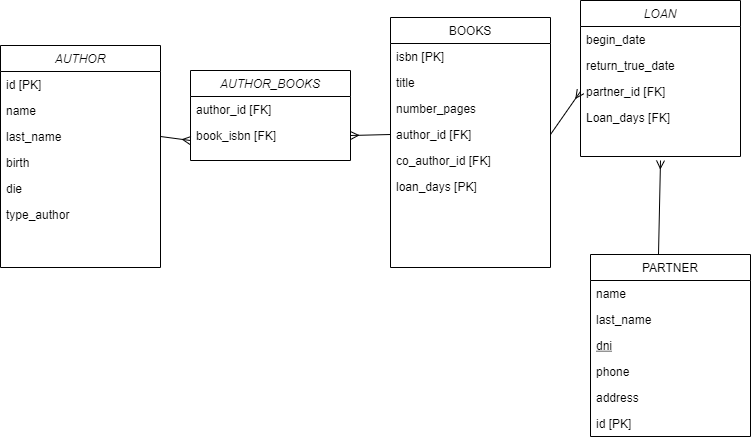
Above: D_LOGICO.png in MendezPedro/Prueba_Modelamiento (draw.io), before the change. Source tidied: cells renumbered, new cells last; positions are measured from the earlier drawing's top-left corner, leaving out a move shared by most shapes.
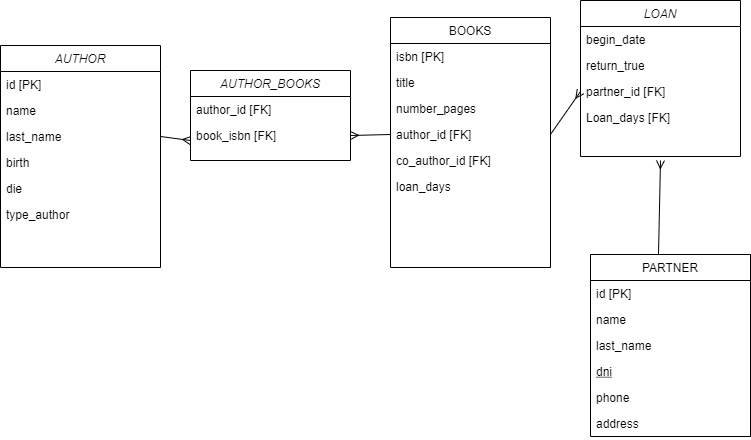
The same file after the commit.

What changed in the source:
```diff
@@ -8,7 +8,7 @@
     <mxCell id="3" value="begin_date" style="text;align=left;verticalAlign=top;spacingLeft=4;spacingRight=4;overflow=hidden;" parent="2" vertex="1">
       <mxGeometry y="26" width="160" height="26" as="geometry" />
     </mxCell>
-    <mxCell id="4" value="return_true_date" style="text;align=left;verticalAlign=top;spacingLeft=4;spacingRight=4;overflow=hidden;rounded=0;shadow=0;html=0;" parent="2" vertex="1">
+    <mxCell id="4" value="return_true" style="text;align=left;verticalAlign=top;spacingLeft=4;spacingRight=4;overflow=hidden;rounded=0;shadow=0;html=0;" parent="2" vertex="1">
       <mxGeometry y="52" width="160" height="26" as="geometry" />
     </mxCell>
     <mxCell id="5" value="partner_id [FK]" style="text;align=left;verticalAlign=top;spacingLeft=4;spacingRight=4;overflow=hidden;points=[[0,0.5],[1,0.5]];portConstraint=eastwest;rounded=0;shadow=0;html=0;" parent="2" vertex="1">
@@ -20,24 +20,24 @@
     <mxCell id="7" value="PARTNER" style="swimlane;fontStyle=0;align=center;verticalAlign=top;horizontal=1;startSize=26;rounded=0;shadow=0;strokeWidth=1;" parent="1" vertex="1">
       <mxGeometry x="590" y="254" width="160" height="182" as="geometry" />
     </mxCell>
+    <mxCell id="13" value="id [PK]" style="text;align=left;verticalAlign=top;spacingLeft=4;spacingRight=4;overflow=hidden;" parent="7" vertex="1">
+      <mxGeometry y="26" width="160" height="26" as="geometry" />
+    </mxCell>
     <mxCell id="8" value="name" style="text;align=left;verticalAlign=top;spacingLeft=4;spacingRight=4;overflow=hidden;" parent="7" vertex="1">
-      <mxGeometry y="26" width="160" height="26" as="geometry" />
+      <mxGeometry y="52" width="160" height="26" as="geometry" />
     </mxCell>
     <mxCell id="9" value="last_name" style="text;align=left;verticalAlign=top;spacingLeft=4;spacingRight=4;overflow=hidden;rounded=0;shadow=0;html=0;" parent="7" vertex="1">
-      <mxGeometry y="52" width="160" height="26" as="geometry" />
+      <mxGeometry y="78" width="160" height="26" as="geometry" />
     </mxCell>
     <mxCell id="10" value="dni" style="text;align=left;verticalAlign=top;spacingLeft=4;spacingRight=4;overflow=hidden;fontStyle=4;" parent="7" vertex="1">
-      <mxGeometry y="78" width="160" height="26" as="geometry" />
+      <mxGeometry y="104" width="160" height="26" as="geometry" />
     </mxCell>
     <mxCell id="11" value="phone" style="text;align=left;verticalAlign=top;spacingLeft=4;spacingRight=4;overflow=hidden;" parent="7" vertex="1">
-      <mxGeometry y="104" width="160" height="26" as="geometry" />
+      <mxGeometry y="130" width="160" height="26" as="geometry" />
     </mxCell>
     <mxCell id="12" value="address" style="text;align=left;verticalAlign=top;spacingLeft=4;spacingRight=4;overflow=hidden;" parent="7" vertex="1">
-      <mxGeometry y="130" width="160" height="26" as="geometry" />
+      <mxGeometry y="156" width="160" height="26" as="geometry" />
     </mxCell>
-    <mxCell id="13" value="id [PK]" style="text;align=left;verticalAlign=top;spacingLeft=4;spacingRight=4;overflow=hidden;" parent="7" vertex="1">
-      <mxGeometry y="156" width="160" height="26" as="geometry" />
-    </mxCell>
     <mxCell id="14" value="BOOKS" style="swimlane;fontStyle=0;align=center;verticalAlign=top;horizontal=1;startSize=26;rounded=0;shadow=0;strokeWidth=1;" parent="1" vertex="1">
       <mxGeometry x="390" y="17" width="160" height="250" as="geometry" />
     </mxCell>
@@ -56,7 +56,7 @@
     <mxCell id="19" value="co_author_id [FK]" style="text;align=left;verticalAlign=top;spacingLeft=4;spacingRight=4;overflow=hidden;" parent="14" vertex="1">
       <mxGeometry y="130" width="160" height="26" as="geometry" />
     </mxCell>
-    <mxCell id="20" value="loan_days [PK]" style="text;align=left;verticalAlign=top;spacingLeft=4;spacingRight=4;overflow=hidden;" parent="14" vertex="1">
+    <mxCell id="20" value="loan_days" style="text;align=left;verticalAlign=top;spacingLeft=4;spacingRight=4;overflow=hidden;" parent="14" vertex="1">
       <mxGeometry y="156" width="160" height="26" as="geometry" />
     </mxCell>
     <mxCell id="21" style="endArrow=ERmany;html=1;entryX=0;entryY=0.5;entryDx=0;entryDy=0;endFill=0;exitX=1;exitY=0.5;exitDx=0;exitDy=0;" parent="1" edge="1" source="18" target="5">
```
